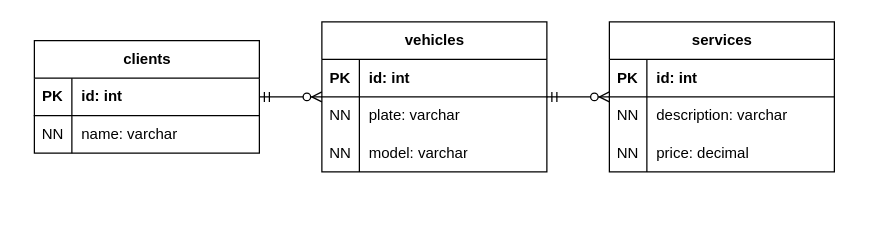
Earlier version of the draw.io diagram backend/docs/DER.drawio (guilhermepk/Oficina-Mecanica). Source tidied: cells renumbered, new cells numbered last; positions are measured from the earlier drawing's top-left corner, leaving out a move shared by most shapes. Both pictures are drawn from the tidied source at 125%, with x=0, y=0 at pixel (34, 21).
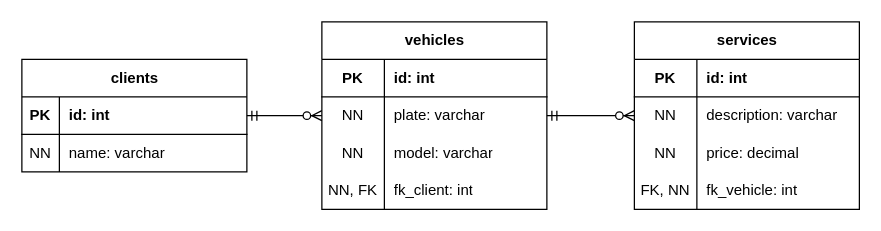
Above is the later version.

The change refers to these unchanged cells:
```xml
<mxCell id="11" style="shape=tableRow;horizontal=0;startSize=0;swimlaneHead=0;swimlaneBody=0;fillColor=none;top=0;left=0;right=0;bottom=1;" parent="10" vertex="1">
  <mxGeometry y="30" width="180" height="30" as="geometry" />
</mxCell>
<mxCell id="14" style="shape=tableRow;horizontal=0;startSize=0;swimlaneHead=0;swimlaneBody=0;fillColor=none;top=0;left=0;right=0;bottom=0;" parent="10" vertex="1">
  <mxGeometry y="60" width="180" height="30" as="geometry" />
</mxCell>
<mxCell id="17" style="shape=tableRow;horizontal=0;startSize=0;swimlaneHead=0;swimlaneBody=0;fillColor=none;top=0;left=0;right=0;bottom=0;" parent="10" vertex="1">
  <mxGeometry y="90" width="180" height="30" as="geometry" />
</mxCell>
<mxCell id="21" style="shape=tableRow;horizontal=0;startSize=0;swimlaneHead=0;swimlaneBody=0;fillColor=none;top=0;left=0;right=0;bottom=1;" parent="20" vertex="1">
  <mxGeometry y="30" width="180" height="30" as="geometry" />
</mxCell>
<mxCell id="24" style="shape=tableRow;horizontal=0;startSize=0;swimlaneHead=0;swimlaneBody=0;fillColor=none;top=0;left=0;right=0;bottom=0;" parent="20" vertex="1">
  <mxGeometry y="60" width="180" height="30" as="geometry" />
</mxCell>
<mxCell id="27" style="shape=tableRow;horizontal=0;startSize=0;swimlaneHead=0;swimlaneBody=0;fillColor=none;top=0;left=0;right=0;bottom=0;" parent="20" vertex="1">
  <mxGeometry y="90" width="180" height="30" as="geometry" />
</mxCell>
```

What changed in the source:
```diff
@@
     <mxCell id="2" value="clients" style="shape=table;startSize=30;childLayout=tableLayout;rowLines=0;fontStyle=1;align=center;html=1;" parent="1" vertex="1">
-      <mxGeometry y="15" width="180" height="90" as="geometry" />
+      <mxGeometry x="-10" y="30" width="180" height="90" as="geometry" />
     </mxCell>
@@
     <mxCell id="10" value="vehicles" style="shape=table;startSize=30;childLayout=tableLayout;rowLines=0;fontStyle=1;align=center;html=1;" parent="1" vertex="1">
-      <mxGeometry x="230" width="180" height="120" as="geometry" />
+      <mxGeometry x="230" width="180" height="150" as="geometry" />
     </mxCell>
@@
     <mxCell id="12" value="PK" style="shape=partialRectangle;fillColor=none;top=0;left=0;bottom=0;right=0;fontStyle=1;overflow=hidden;whiteSpace=wrap;html=1;" parent="11" vertex="1">
-      <mxGeometry width="30" height="30" as="geometry" />
+      <mxGeometry width="50" height="30" as="geometry" />
     </mxCell>
     <mxCell id="13" value="id: int" style="shape=partialRectangle;fillColor=none;top=0;left=0;bottom=0;right=0;align=left;spacingLeft=6;fontStyle=1;overflow=hidden;whiteSpace=wrap;html=1;" parent="11" vertex="1">
-      <mxGeometry x="30" width="150" height="30" as="geometry" />
+      <mxGeometry x="50" width="130" height="30" as="geometry" />
     </mxCell>
@@
     <mxCell id="15" value="NN" style="shape=partialRectangle;fillColor=none;top=0;left=0;bottom=0;right=0;overflow=hidden;whiteSpace=wrap;html=1;" parent="14" vertex="1">
-      <mxGeometry width="30" height="30" as="geometry" />
+      <mxGeometry width="50" height="30" as="geometry" />
     </mxCell>
     <mxCell id="16" value="plate: varchar" style="shape=partialRectangle;fillColor=none;top=0;left=0;bottom=0;right=0;align=left;spacingLeft=6;overflow=hidden;whiteSpace=wrap;html=1;" parent="14" vertex="1">
-      <mxGeometry x="30" width="150" height="30" as="geometry" />
+      <mxGeometry x="50" width="130" height="30" as="geometry" />
     </mxCell>
@@
     <mxCell id="18" value="NN" style="shape=partialRectangle;fillColor=none;top=0;left=0;bottom=0;right=0;overflow=hidden;whiteSpace=wrap;html=1;" parent="17" vertex="1">
-      <mxGeometry width="30" height="30" as="geometry" />
+      <mxGeometry width="50" height="30" as="geometry" />
     </mxCell>
     <mxCell id="19" value="model: varchar" style="shape=partialRectangle;fillColor=none;top=0;left=0;bottom=0;right=0;align=left;spacingLeft=6;overflow=hidden;whiteSpace=wrap;html=1;" parent="17" vertex="1">
-      <mxGeometry x="30" width="150" height="30" as="geometry" />
+      <mxGeometry x="50" width="130" height="30" as="geometry" />
     </mxCell>
+    <mxCell id="31" style="shape=tableRow;horizontal=0;startSize=0;swimlaneHead=0;swimlaneBody=0;fillColor=none;top=0;left=0;right=0;bottom=0;" parent="10" vertex="1">
+      <mxGeometry y="120" width="180" height="30" as="geometry" />
+    </mxCell>
+    <mxCell id="32" value="NN, FK" style="shape=partialRectangle;fillColor=none;top=0;left=0;bottom=0;right=0;overflow=hidden;whiteSpace=wrap;html=1;" parent="31" vertex="1">
+      <mxGeometry width="50" height="30" as="geometry" />
+    </mxCell>
+    <mxCell id="33" value="fk_client: int" style="shape=partialRectangle;fillColor=none;top=0;left=0;bottom=0;right=0;align=left;spacingLeft=6;overflow=hidden;whiteSpace=wrap;html=1;" parent="31" vertex="1">
+      <mxGeometry x="50" width="130" height="30" as="geometry" />
+    </mxCell>
     <mxCell id="20" value="services" style="shape=table;startSize=30;childLayout=tableLayout;rowLines=0;fontStyle=1;align=center;html=1;" parent="1" vertex="1">
-      <mxGeometry x="460" width="180" height="120" as="geometry" />
+      <mxGeometry x="480" width="180" height="150" as="geometry" />
     </mxCell>
@@
     <mxCell id="22" value="PK" style="shape=partialRectangle;fillColor=none;top=0;left=0;bottom=0;right=0;fontStyle=1;overflow=hidden;whiteSpace=wrap;html=1;" parent="21" vertex="1">
-      <mxGeometry width="30" height="30" as="geometry" />
+      <mxGeometry width="50" height="30" as="geometry" />
     </mxCell>
     <mxCell id="23" value="id: int" style="shape=partialRectangle;fillColor=none;top=0;left=0;bottom=0;right=0;align=left;spacingLeft=6;fontStyle=1;overflow=hidden;whiteSpace=wrap;html=1;" parent="21" vertex="1">
-      <mxGeometry x="30" width="150" height="30" as="geometry" />
+      <mxGeometry x="50" width="130" height="30" as="geometry" />
     </mxCell>
@@
     <mxCell id="25" value="NN" style="shape=partialRectangle;fillColor=none;top=0;left=0;bottom=0;right=0;overflow=hidden;whiteSpace=wrap;html=1;" parent="24" vertex="1">
-      <mxGeometry width="30" height="30" as="geometry" />
+      <mxGeometry width="50" height="30" as="geometry" />
     </mxCell>
     <mxCell id="26" value="description: varchar" style="shape=partialRectangle;fillColor=none;top=0;left=0;bottom=0;right=0;align=left;spacingLeft=6;overflow=hidden;whiteSpace=wrap;html=1;" parent="24" vertex="1">
-      <mxGeometry x="30" width="150" height="30" as="geometry" />
+      <mxGeometry x="50" width="130" height="30" as="geometry" />
     </mxCell>
@@
     <mxCell id="28" value="NN" style="shape=partialRectangle;fillColor=none;top=0;left=0;bottom=0;right=0;overflow=hidden;whiteSpace=wrap;html=1;" parent="27" vertex="1">
-      <mxGeometry width="30" height="30" as="geometry" />
+      <mxGeometry width="50" height="30" as="geometry" />
     </mxCell>
     <mxCell id="29" value="price: decimal" style="shape=partialRectangle;fillColor=none;top=0;left=0;bottom=0;right=0;align=left;spacingLeft=6;overflow=hidden;whiteSpace=wrap;html=1;" parent="27" vertex="1">
-      <mxGeometry x="30" width="150" height="30" as="geometry" />
+      <mxGeometry x="50" width="130" height="30" as="geometry" />
     </mxCell>
+    <mxCell id="34" style="shape=tableRow;horizontal=0;startSize=0;swimlaneHead=0;swimlaneBody=0;fillColor=none;top=0;left=0;right=0;bottom=0;" parent="20" vertex="1">
+      <mxGeometry y="120" width="180" height="30" as="geometry" />
+    </mxCell>
+    <mxCell id="35" value="FK, NN" style="shape=partialRectangle;fillColor=none;top=0;left=0;bottom=0;right=0;overflow=hidden;whiteSpace=wrap;html=1;" parent="34" vertex="1">
+      <mxGeometry width="50" height="30" as="geometry" />
+    </mxCell>
+    <mxCell id="36" value="fk_vehicle: int" style="shape=partialRectangle;fillColor=none;top=0;left=0;bottom=0;right=0;align=left;spacingLeft=6;overflow=hidden;whiteSpace=wrap;html=1;" parent="34" vertex="1">
+      <mxGeometry x="50" width="130" height="30" as="geometry" />
+    </mxCell>
```
